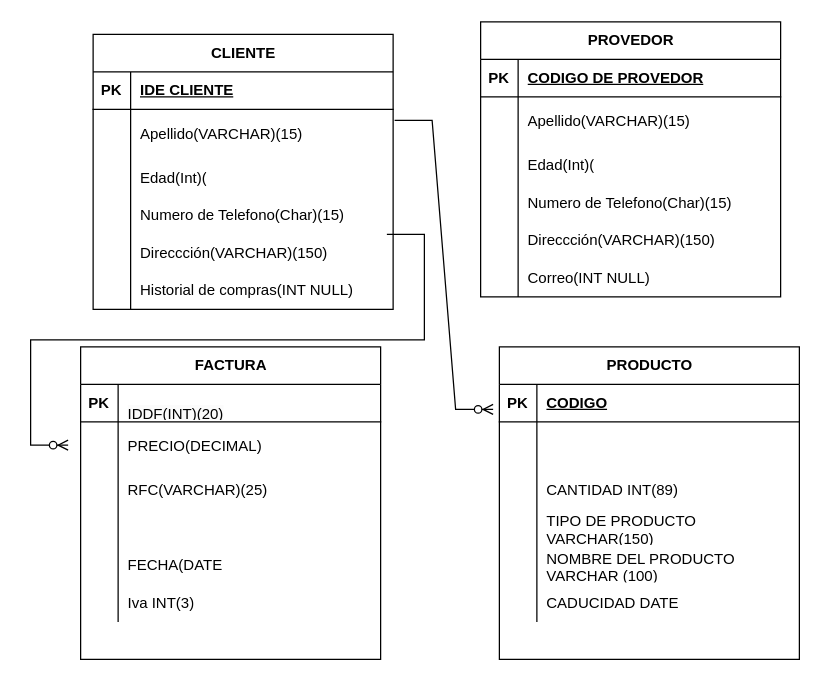
The draw.io diagram page "Página-2" (2 of 2) of DIAGRAMA/diagrama.drawio in Aylin67/Base-de-datos-Aylin, before the edit. Source tidied: cells renumbered, new cells numbered last; positions are measured from the earlier drawing's top-left corner, leaving out a move shared by most shapes. Both pictures are drawn from the tidied source at 125%, with x=0, y=0 at pixel (68, 21).
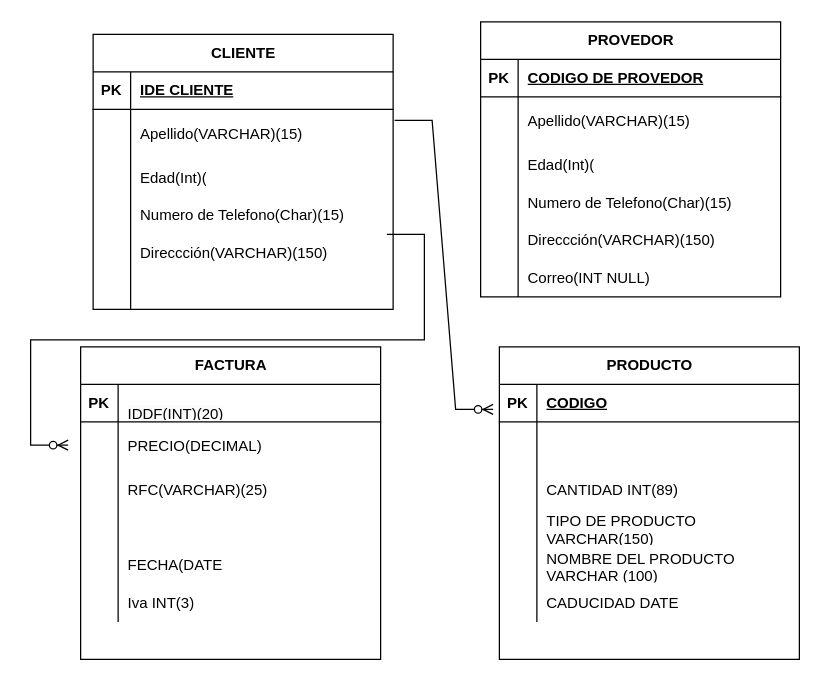
The same diagram, later.

The change refers to these unchanged cells:
```xml
<mxCell id="56" style="shape=tableRow;horizontal=0;startSize=0;swimlaneHead=0;swimlaneBody=0;fillColor=none;top=0;left=0;right=0;bottom=0;" parent="40" vertex="1">
  <mxGeometry y="190" width="240" height="30" as="geometry" />
</mxCell>
```

What changed in the source:
```diff
@@
-    <mxCell id="58" value="Historial de compras(INT NULL)" style="shape=partialRectangle;fillColor=none;top=0;left=0;bottom=0;right=0;align=left;spacingLeft=6;overflow=hidden;whiteSpace=wrap;html=1;" parent="56" vertex="1">
+    <mxCell id="58" style="shape=partialRectangle;fillColor=none;top=0;left=0;bottom=0;right=0;align=left;spacingLeft=6;overflow=hidden;whiteSpace=wrap;html=1;" parent="56" vertex="1">
       <mxGeometry x="30" width="210" height="30" as="geometry" />
     </mxCell>
```
